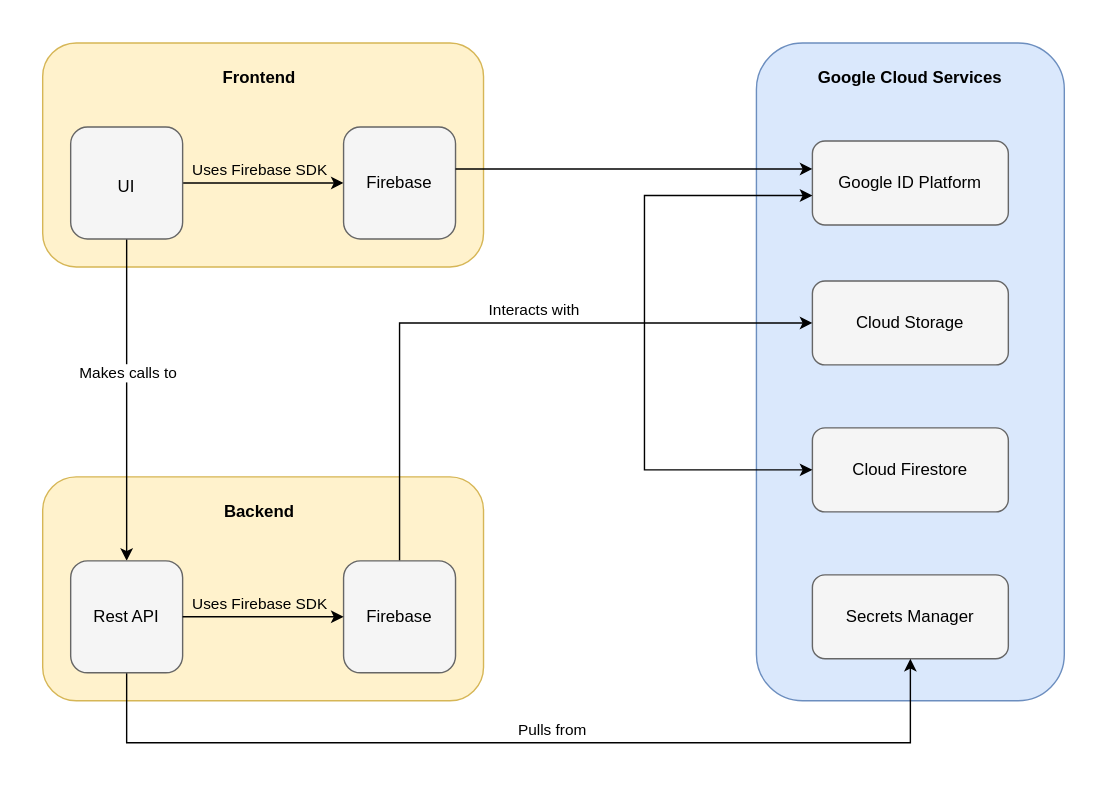
This is architecture_diagram.svg from benjamin-kiddie/CS-1660-Project-Frontend, a draw.io export, as it was before one commit. Source tidied: cells renumbered, new cells last; positions are measured from the earlier drawing's top-left corner, leaving out a move shared by most shapes.
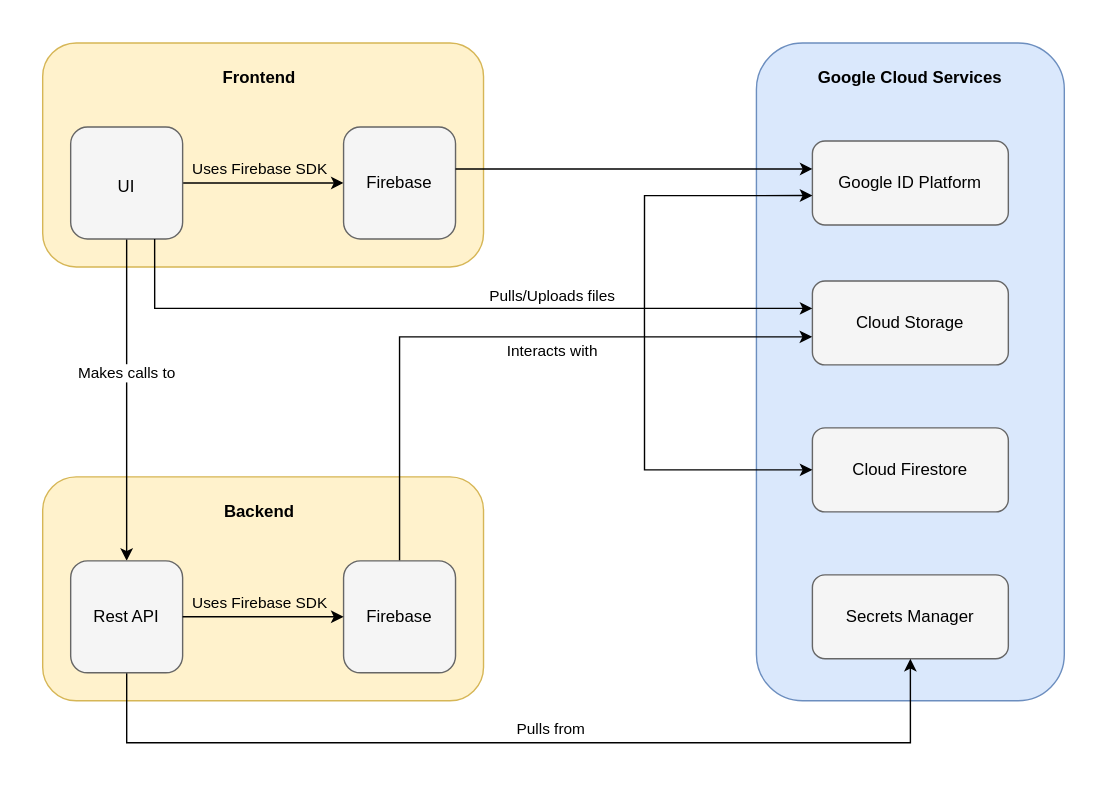
After the change.

Commit message:
Update architecture diagram (#17)

The edit, as a diff of the source:
```diff
@@ -72,16 +72,16 @@
     <mxCell id="23" value="Firebase" style="text;html=1;align=center;verticalAlign=middle;whiteSpace=wrap;rounded=0;" parent="1" vertex="1">
       <mxGeometry x="220" y="85" width="70" height="30" as="geometry" />
     </mxCell>
-    <mxCell id="24" style="edgeStyle=orthogonalEdgeStyle;rounded=0;jettySize=auto;html=1;entryX=0;entryY=0.5;entryDx=0;entryDy=0;exitX=0.5;exitY=0;exitDx=0;exitDy=0;" parent="1" edge="1" source="26" target="5">
+    <mxCell id="24" style="edgeStyle=orthogonalEdgeStyle;rounded=0;jettySize=auto;html=1;exitX=0.5;exitY=0;exitDx=0;exitDy=0;entryX=-0.001;entryY=0.666;entryDx=0;entryDy=0;entryPerimeter=0;" parent="1" edge="1" source="26" target="5">
       <mxGeometry relative="1" as="geometry">
         <Array as="points">
-          <mxPoint x="255" y="200" />
+          <mxPoint x="255" y="210" />
         </Array>
       </mxGeometry>
     </mxCell>
-    <mxCell id="25" value="Interacts with" style="edgeLabel;html=1;align=center;verticalAlign=middle;labelBackgroundColor=none;" parent="24" vertex="1">
+    <mxCell id="25" value="Interacts with" style="edgeLabel;html=1;align=center;verticalAlign=middle;labelBackgroundColor=default;" parent="24" vertex="1">
       <mxGeometry x="0.13" relative="1" as="geometry">
-        <mxPoint x="2" y="-10" as="offset" />
+        <mxPoint x="11" y="10" as="offset" />
       </mxGeometry>
     </mxCell>
     <mxCell id="26" style="rounded=1;whiteSpace=wrap;html=1;fillColor=#f5f5f5;fontColor=#333333;strokeColor=#666666;" parent="1" vertex="1">
@@ -145,5 +145,13 @@
         </Array>
       </mxGeometry>
     </mxCell>
+    <mxCell id="37" style="edgeStyle=orthogonalEdgeStyle;rounded=0;jettySize=auto;html=1;exitX=0.75;exitY=1;exitDx=0;exitDy=0;entryX=0;entryY=0.327;entryDx=0;entryDy=0;entryPerimeter=0;" parent="1" edge="1" source="20" target="5">
+      <mxGeometry relative="1" as="geometry" />
+    </mxCell>
+    <mxCell id="38" value="Pulls/Uploads files" style="edgeLabel;html=1;align=center;verticalAlign=middle;" parent="37" vertex="1">
+      <mxGeometry x="0.2" y="3" relative="1" as="geometry">
+        <mxPoint x="21" y="-6" as="offset" />
+      </mxGeometry>
+    </mxCell>
   </root>
 </mxGraphModel>
```
